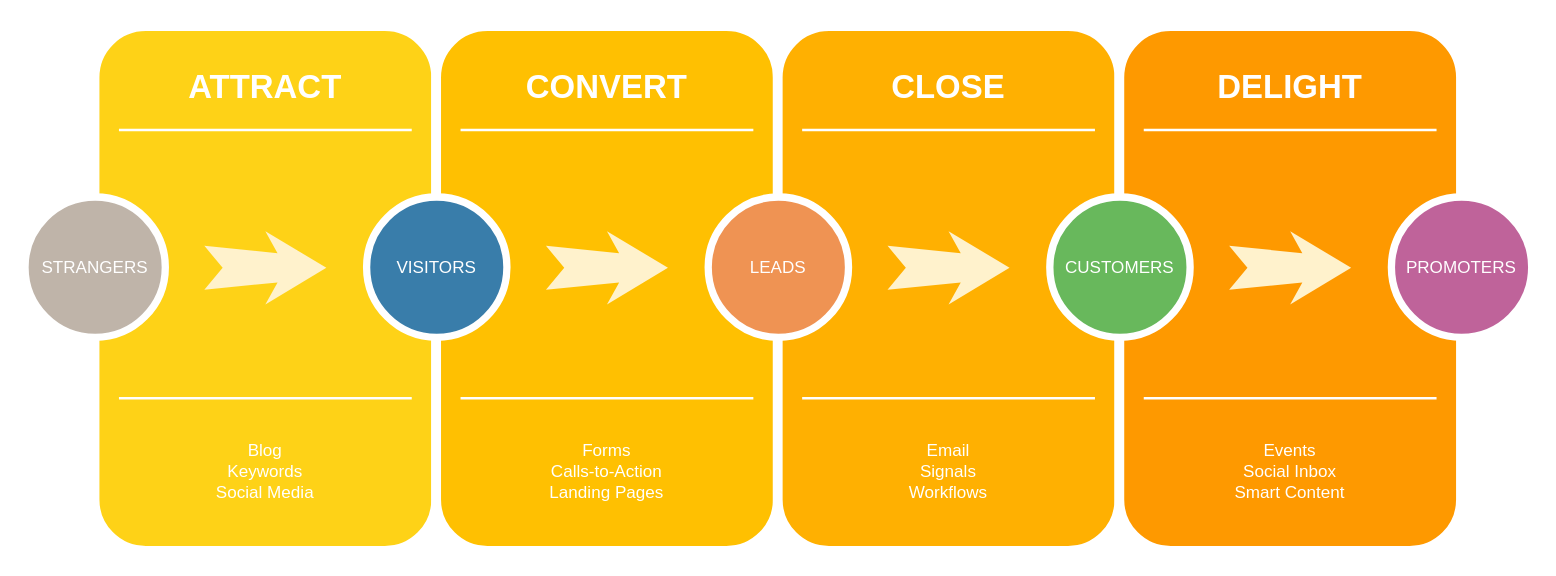
This is Untitled Diagram.drawio from ljt1018168/draw.io, a draw.io file, before an edit. Source tidied: cells renumbered, new cells numbered last; positions are measured from the earlier drawing's top-left corner, leaving out a move shared by most shapes. Both pictures are drawn from the tidied source at 122%, with x=0, y=0 at pixel (24, 26).
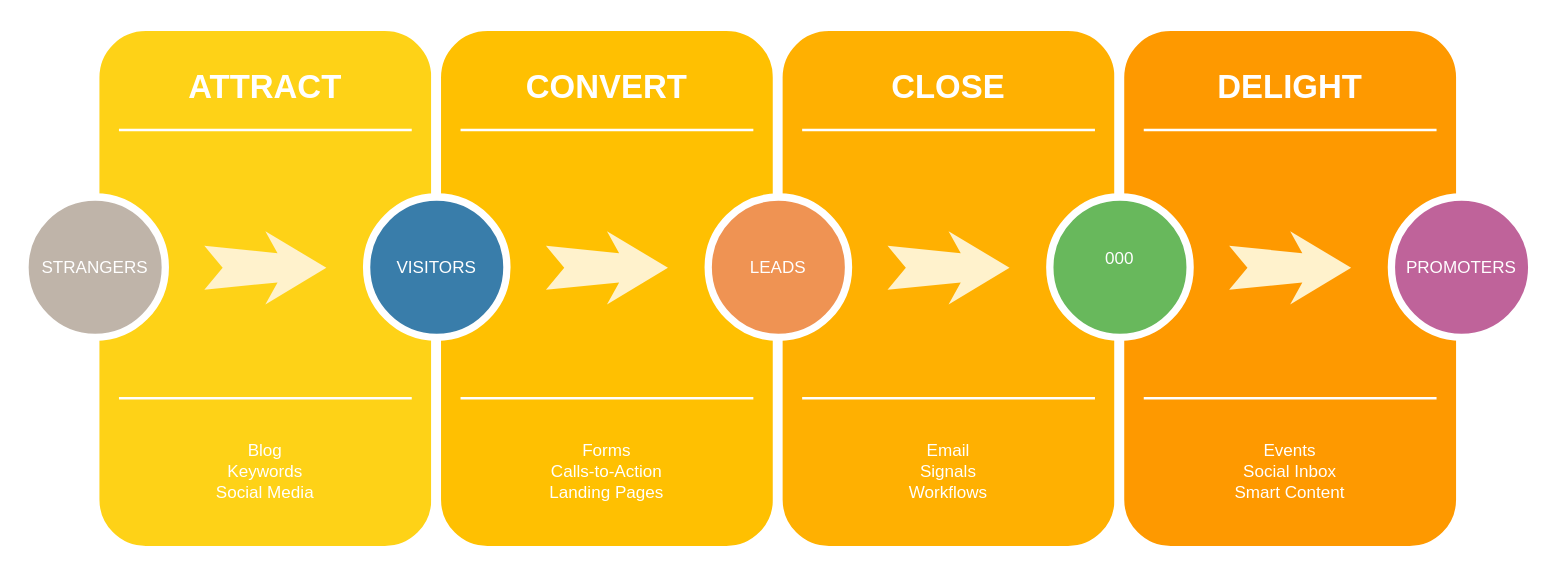
Above is the later version.

The edit, as a diff of the source:
```diff
@@
-    <mxCell id="28" value="CUSTOMERS" style="ellipse;whiteSpace=wrap;html=1;rounded=0;shadow=0;strokeWidth=6;fontSize=14;align=center;fillColor=#68B85C;strokeColor=#FFFFFF;fontColor=#FFFFFF;" parent="1" vertex="1">
+    <mxCell id="28" value="000&lt;div&gt;&lt;br&gt;&lt;/div&gt;" style="ellipse;whiteSpace=wrap;html=1;rounded=0;shadow=0;strokeWidth=6;fontSize=14;align=center;fillColor=#68B85C;strokeColor=#FFFFFF;fontColor=#FFFFFF;" parent="1" vertex="1">
       <mxGeometry x="840" y="140" width="115" height="115" as="geometry" />
     </mxCell>
```
